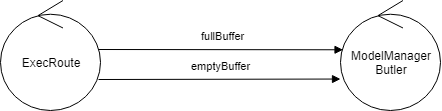
Above: Docs/Analisi_Iniziale/zooming2/ExecRouteModelButlerArchitecture.png in xAlessandroC/iss2019TemaFinale (draw.io), before the change. Source tidied: cells renumbered, new cells last; positions are measured from the earlier drawing's top-left corner, leaving out a move shared by most shapes.
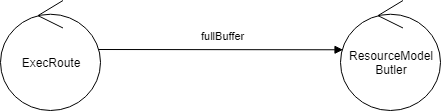
The same diagram one commit later.

What changed in the source:
```diff
@@ -10,18 +10,8 @@
         <mxPoint x="98" y="49" as="sourcePoint" />
       </mxGeometry>
     </mxCell>
-    <mxCell id="4" value="robotCmd(X)" style="html=1;verticalAlign=bottom;endArrow=block;entryX=0.017;entryY=0.561;entryDx=0;entryDy=0;entryPerimeter=0;exitX=1.025;exitY=0.544;exitDx=0;exitDy=0;exitPerimeter=0;" parent="1" edge="1" target="x">
-      <mxGeometry x="0.02" y="5" relative="1" as="geometry">
-        <mxPoint x="312.5" y="59.8" as="sourcePoint" />
-      </mxGeometry>
-    </mxCell>
-    <mxCell id="5" value="ModelManager&lt;br&gt;Butler" style="ellipse;shape=umlControl;whiteSpace=wrap;html=1;" parent="1" vertex="1">
+    <mxCell id="5" value="ResourceModel&lt;br&gt;Butler" style="ellipse;shape=umlControl;whiteSpace=wrap;html=1;" parent="1" vertex="1">
       <mxGeometry x="340" width="100" height="110" as="geometry" />
     </mxCell>
-    <mxCell id="6" value="emptyBuffer" style="html=1;verticalAlign=bottom;endArrow=block;entryX=0;entryY=0.714;entryDx=0;entryDy=0;entryPerimeter=0;" parent="1" edge="1" target="5">
-      <mxGeometry x="0.02" y="5" relative="1" as="geometry">
-        <mxPoint x="98" y="79" as="sourcePoint" />
-      </mxGeometry>
-    </mxCell>
   </root>
 </mxGraphModel>
```
